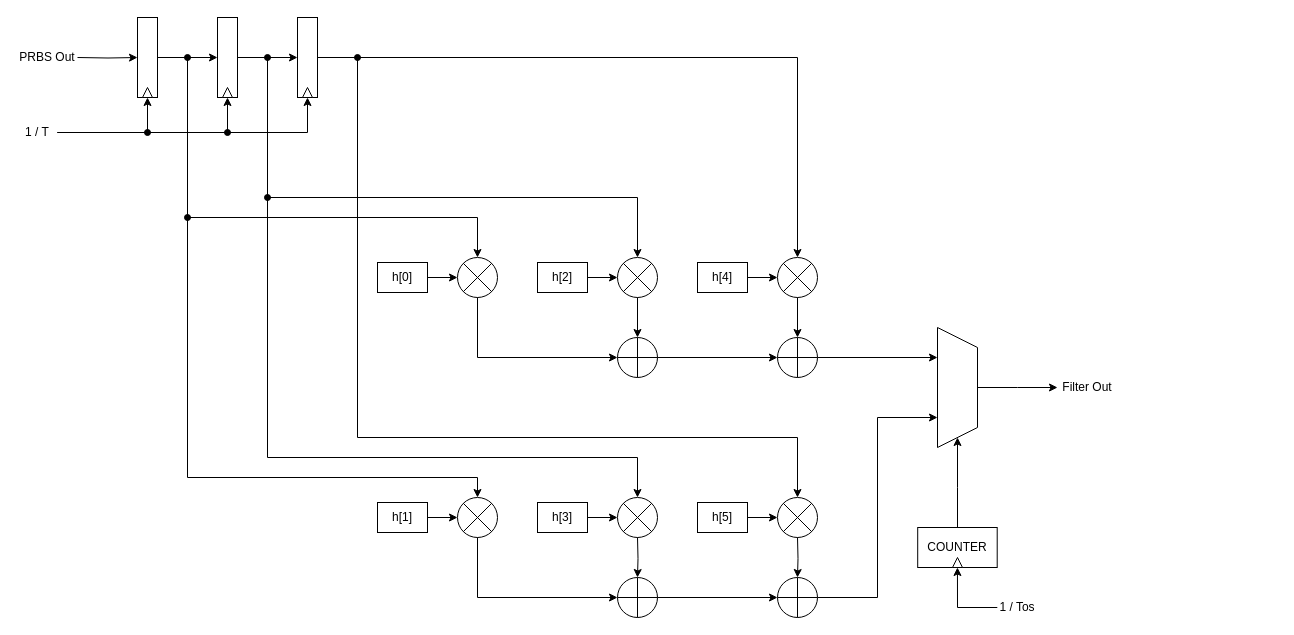
Ruben-Zuniga/Introduccion-al-Disenio-Digital keeps this draw.io diagram as TP4/filtro.drawio. Above is the earlier version. Source tidied: cells renumbered, new cells numbered last; positions are measured from the earlier drawing's top-left corner, leaving out a move shared by most shapes. Both pictures are drawn from the tidied source at 100%, with x=0, y=0 at pixel (17, 17).
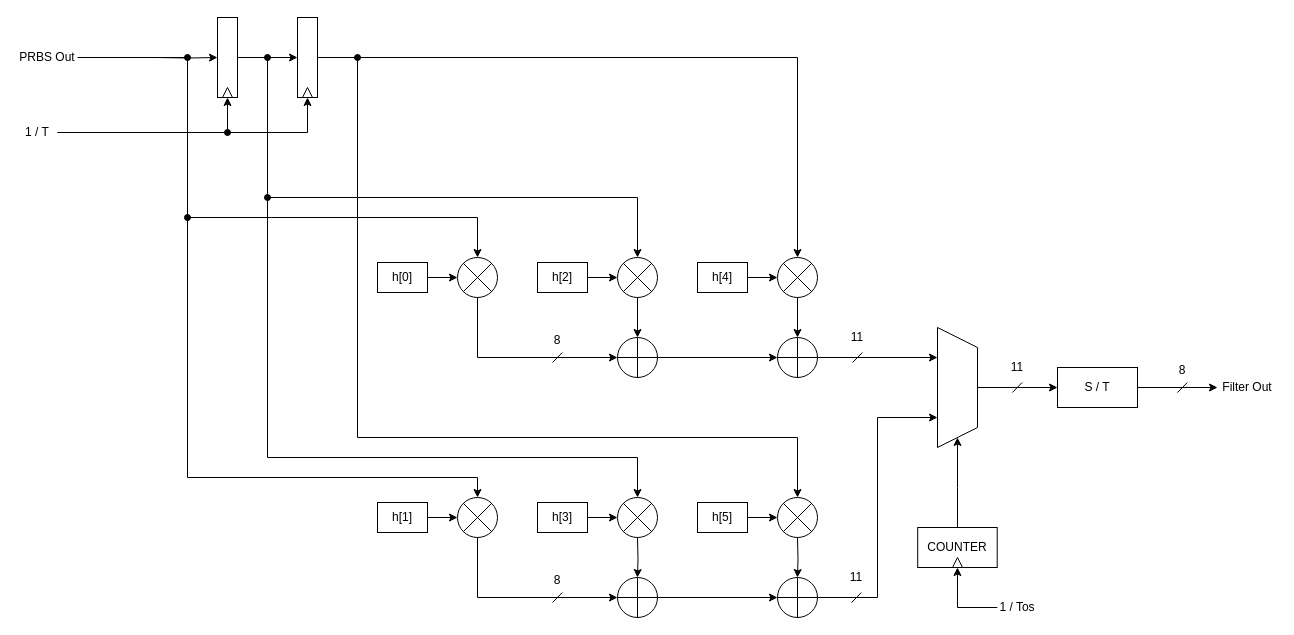
Above is the later version.

Commit message (it also covers changes not shown here):
modificado esquemas

Unchanged cells that the change refers to:
```xml
<mxCell id="6" style="rounded=0;whiteSpace=wrap;html=1;" parent="1" vertex="1">
  <mxGeometry x="200" width="20" height="80" as="geometry" />
</mxCell>
<mxCell id="8" style="verticalLabelPosition=bottom;verticalAlign=top;html=1;shape=mxgraph.flowchart.or;" parent="1" vertex="1">
  <mxGeometry x="440" y="240" width="40" height="40" as="geometry" />
</mxCell>
<mxCell id="18" style="verticalLabelPosition=bottom;verticalAlign=top;html=1;shape=mxgraph.flowchart.or;" parent="1" vertex="1">
  <mxGeometry x="440" y="480" width="40" height="40" as="geometry" />
</mxCell>
<mxCell id="51" value="PRBS Out" style="text;html=1;whiteSpace=wrap;strokeColor=none;fillColor=none;align=center;verticalAlign=middle;rounded=0;" parent="1" vertex="1">
  <mxGeometry y="25" width="60" height="30" as="geometry" />
</mxCell>
<mxCell id="60" value="1 / T" style="text;html=1;whiteSpace=wrap;strokeColor=none;fillColor=none;align=center;verticalAlign=middle;rounded=0;" parent="1" vertex="1">
  <mxGeometry y="100" width="40" height="30" as="geometry" />
</mxCell>
```

The edit, as a diff of the source:
```diff
@@
-    <mxCell id="2" style="edgeStyle=orthogonalEdgeStyle;rounded=0;jettySize=auto;html=1;entryX=0;entryY=0.5;entryDx=0;entryDy=0;" parent="1" edge="1" target="4">
-      <mxGeometry relative="1" as="geometry">
-        <mxPoint x="60" y="40" as="sourcePoint" />
-      </mxGeometry>
-    </mxCell>
-    <mxCell id="3" style="edgeStyle=orthogonalEdgeStyle;rounded=0;jettySize=auto;html=1;entryX=0;entryY=0.5;entryDx=0;entryDy=0;" parent="1" edge="1" source="4" target="6">
-      <mxGeometry relative="1" as="geometry" />
+    <mxCell id="3" style="edgeStyle=orthogonalEdgeStyle;rounded=0;jettySize=auto;html=1;entryX=0;entryY=0.5;entryDx=0;entryDy=0;" parent="1" edge="1" target="6">
+      <mxGeometry relative="1" as="geometry">
+        <mxPoint x="140" y="40" as="sourcePoint" />
+      </mxGeometry>
     </mxCell>
-    <mxCell id="4" style="rounded=0;whiteSpace=wrap;html=1;" parent="1" vertex="1">
-      <mxGeometry x="120" width="20" height="80" as="geometry" />
-    </mxCell>
@@
-    <mxCell id="42" style="edgeStyle=orthogonalEdgeStyle;rounded=0;jettySize=auto;html=1;entryX=0.5;entryY=0;entryDx=0;entryDy=0;entryPerimeter=0;" parent="1" edge="1" source="4" target="8">
+    <mxCell id="42" style="edgeStyle=orthogonalEdgeStyle;rounded=0;jettySize=auto;html=1;entryX=0.5;entryY=0;entryDx=0;entryDy=0;entryPerimeter=0;" parent="1" edge="1" target="8">
       <mxGeometry relative="1" as="geometry">
+        <mxPoint x="140" y="40" as="sourcePoint" />
         <Array as="points">
           <mxPoint x="170" y="40" />
           <mxPoint x="170" y="200" />
           <mxPoint x="460" y="200" />
         </Array>
       </mxGeometry>
     </mxCell>
@@
-    <mxCell id="45" style="edgeStyle=orthogonalEdgeStyle;rounded=0;jettySize=auto;html=1;entryX=0.5;entryY=0;entryDx=0;entryDy=0;entryPerimeter=0;" parent="1" edge="1" source="4" target="18">
+    <mxCell id="45" style="edgeStyle=orthogonalEdgeStyle;rounded=0;jettySize=auto;html=1;entryX=0.5;entryY=0;entryDx=0;entryDy=0;entryPerimeter=0;exitX=1;exitY=0.5;exitDx=0;exitDy=0;" parent="1" edge="1" source="51" target="18">
       <mxGeometry relative="1" as="geometry">
         <Array as="points">
           <mxPoint x="170" y="40" />
           <mxPoint x="170" y="460" />
           <mxPoint x="460" y="460" />
         </Array>
       </mxGeometry>
     </mxCell>
@@
     <mxCell id="50" value="Filter Out" style="text;html=1;whiteSpace=wrap;strokeColor=none;fillColor=none;align=center;verticalAlign=middle;rounded=0;" parent="1" vertex="1">
-      <mxGeometry x="1040" y="355" width="60" height="30" as="geometry" />
+      <mxGeometry x="1200" y="355" width="60" height="30" as="geometry" />
     </mxCell>
@@
-    <mxCell id="57" style="edgeStyle=orthogonalEdgeStyle;rounded=0;jettySize=auto;html=1;entryX=0.5;entryY=1;entryDx=0;entryDy=0;" parent="1" edge="1" source="60" target="4">
-      <mxGeometry relative="1" as="geometry" />
-    </mxCell>
@@
-    <mxCell id="61" style="triangle;whiteSpace=wrap;html=1;rotation=-90;" parent="1" vertex="1">
-      <mxGeometry x="125" y="70" width="10" height="10" as="geometry" />
-    </mxCell>
@@
-    <mxCell id="67" style="ellipse;whiteSpace=wrap;html=1;fillColor=#000000;" parent="1" vertex="1">
-      <mxGeometry x="127" y="112" width="6" height="6" as="geometry" />
-    </mxCell>
@@
+    <mxCell id="69" style="edgeStyle=orthogonalEdgeStyle;rounded=0;jettySize=auto;html=1;entryX=0;entryY=0.5;entryDx=0;entryDy=0;" parent="1" edge="1" source="70" target="50">
+      <mxGeometry relative="1" as="geometry" />
+    </mxCell>
+    <mxCell id="70" value="S / T" style="rounded=0;whiteSpace=wrap;html=1;" parent="1" vertex="1">
+      <mxGeometry x="1040" y="350" width="80" height="40" as="geometry" />
+    </mxCell>
+    <mxCell id="71" style="endArrow=none;html=1;rounded=0;" parent="1" edge="1">
+      <mxGeometry relative="1" as="geometry">
+        <mxPoint x="994.9" y="375" as="sourcePoint" />
+        <mxPoint x="1004.6" y="365" as="targetPoint" />
+      </mxGeometry>
+    </mxCell>
+    <mxCell id="72" style="endArrow=none;html=1;rounded=0;" parent="1" edge="1">
+      <mxGeometry relative="1" as="geometry">
+        <mxPoint x="1160" y="375" as="sourcePoint" />
+        <mxPoint x="1169.8" y="365" as="targetPoint" />
+      </mxGeometry>
+    </mxCell>
+    <mxCell id="73" value="11" style="text;html=1;whiteSpace=wrap;strokeColor=none;fillColor=none;align=center;verticalAlign=middle;rounded=0;" parent="1" vertex="1">
+      <mxGeometry x="989.8" y="340" width="20" height="20" as="geometry" />
+    </mxCell>
+    <mxCell id="74" value="8" style="text;html=1;whiteSpace=wrap;strokeColor=none;fillColor=none;align=center;verticalAlign=middle;rounded=0;" parent="1" vertex="1">
+      <mxGeometry x="1155" y="343" width="20" height="20" as="geometry" />
+    </mxCell>
+    <mxCell id="75" style="endArrow=none;html=1;rounded=0;" parent="1" edge="1">
+      <mxGeometry relative="1" as="geometry">
+        <mxPoint x="535" y="345" as="sourcePoint" />
+        <mxPoint x="544.8" y="335" as="targetPoint" />
+      </mxGeometry>
+    </mxCell>
+    <mxCell id="76" value="8" style="text;html=1;whiteSpace=wrap;strokeColor=none;fillColor=none;align=center;verticalAlign=middle;rounded=0;" parent="1" vertex="1">
+      <mxGeometry x="530" y="313" width="20" height="20" as="geometry" />
+    </mxCell>
+    <mxCell id="77" style="endArrow=none;html=1;rounded=0;" parent="1" edge="1">
+      <mxGeometry relative="1" as="geometry">
+        <mxPoint x="535" y="585" as="sourcePoint" />
+        <mxPoint x="544.8" y="575" as="targetPoint" />
+      </mxGeometry>
+    </mxCell>
+    <mxCell id="78" value="8" style="text;html=1;whiteSpace=wrap;strokeColor=none;fillColor=none;align=center;verticalAlign=middle;rounded=0;" parent="1" vertex="1">
+      <mxGeometry x="530" y="553" width="20" height="20" as="geometry" />
+    </mxCell>
+    <mxCell id="79" style="endArrow=none;html=1;rounded=0;" parent="1" edge="1">
+      <mxGeometry relative="1" as="geometry">
+        <mxPoint x="835.1" y="345" as="sourcePoint" />
+        <mxPoint x="844.9" y="335" as="targetPoint" />
+      </mxGeometry>
+    </mxCell>
+    <mxCell id="80" value="11" style="text;html=1;whiteSpace=wrap;strokeColor=none;fillColor=none;align=center;verticalAlign=middle;rounded=0;" parent="1" vertex="1">
+      <mxGeometry x="830" y="310" width="20" height="20" as="geometry" />
+    </mxCell>
+    <mxCell id="81" style="endArrow=none;html=1;rounded=0;" parent="1" edge="1">
+      <mxGeometry relative="1" as="geometry">
+        <mxPoint x="834.1" y="585" as="sourcePoint" />
+        <mxPoint x="843.9" y="575" as="targetPoint" />
+      </mxGeometry>
+    </mxCell>
+    <mxCell id="82" value="11" style="text;html=1;whiteSpace=wrap;strokeColor=none;fillColor=none;align=center;verticalAlign=middle;rounded=0;" parent="1" vertex="1">
+      <mxGeometry x="829" y="550" width="20" height="20" as="geometry" />
+    </mxCell>
```
